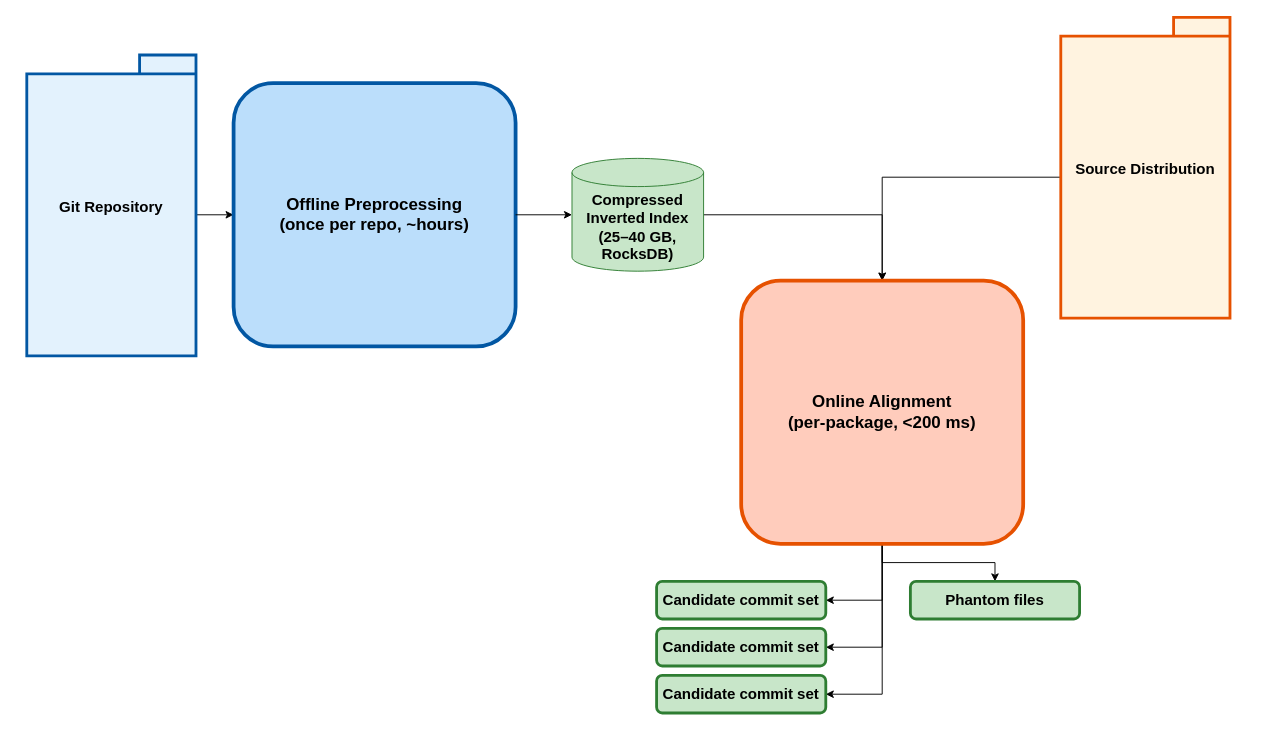
Before: page "Page-1: GVCA Overview" (1 of 2) of gvca-overview.drawio in npc1054657282/diagram, a draw.io diagram. Source tidied: cells renumbered, new cells numbered last; positions are measured from the earlier drawing's top-left corner, leaving out a move shared by most shapes. Both pictures are drawn from the tidied source at 94%, with x=0, y=0 at pixel (26, 17).
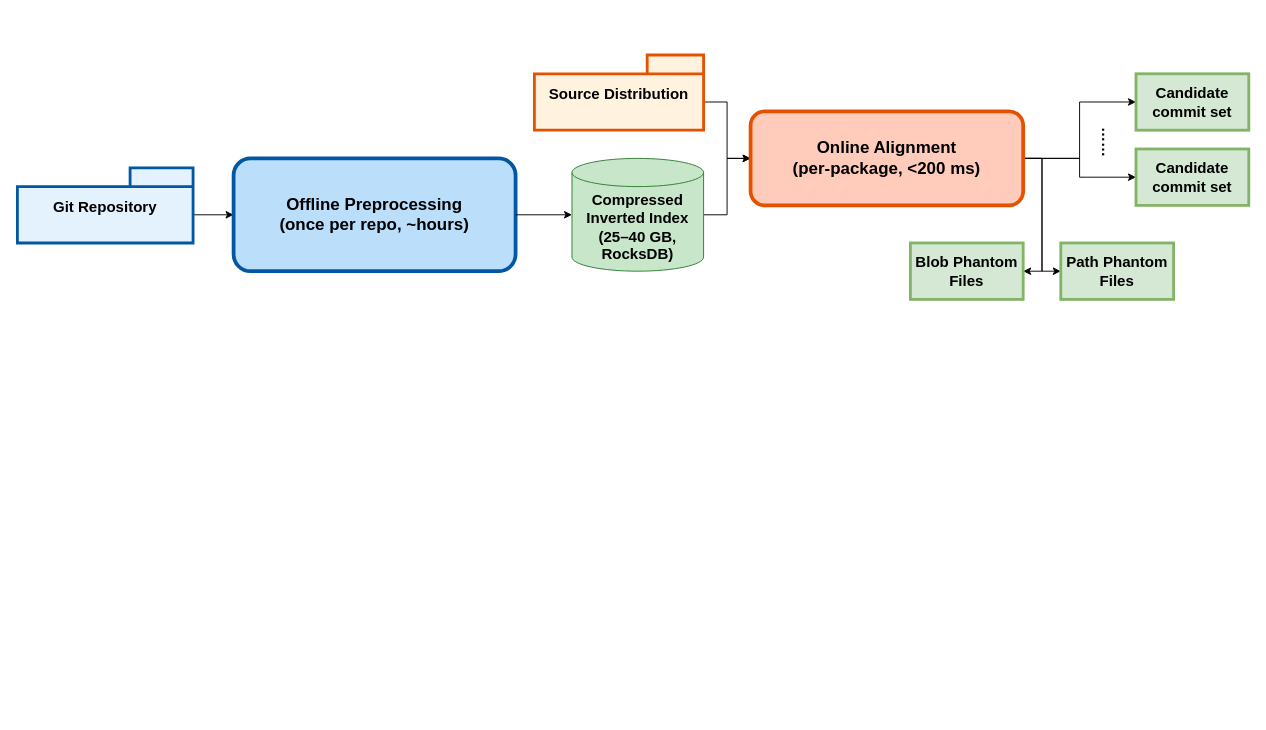
The same page after the edit.

The change refers to these unchanged cells:
```xml
<mxCell id="8" value="Compressed Inverted Index&#10;(25–40 GB, RocksDB)" style="shape=cylinder3;whiteSpace=wrap;html=1;boundedLbl=1;backgroundOutline=1;size=15;strokeColor=#2E7D32;fillColor=#C8E6C9;fontSize=16;fontStyle=1;" parent="1" vertex="1">
  <mxGeometry x="580" y="150" width="140" height="120" as="geometry" />
</mxCell>
```

The edit, as a diff of the source:
```diff
@@
-    <mxCell id="2" style="edgeStyle=orthogonalEdgeStyle;rounded=0;jettySize=auto;html=1;exitX=0;exitY=0;exitDx=180;exitDy=170;exitPerimeter=0;entryX=0;entryY=0.5;entryDx=0;entryDy=0;" parent="1" edge="1" source="3" target="6">
+    <mxCell id="2" style="edgeStyle=orthogonalEdgeStyle;rounded=0;jettySize=auto;html=1;exitX=0;exitY=0;exitDx=186.88000000000002;exitDy=50;exitPerimeter=0;entryX=0;entryY=0.5;entryDx=0;entryDy=0;" parent="1" edge="1" source="3" target="6">
       <mxGeometry relative="1" as="geometry" />
     </mxCell>
-    <mxCell id="3" value="Git Repository" style="shape=folder;strokeColor=#0257A3;fillColor=#E3F2FD;strokeWidth=3;fontSize=16;fontStyle=1;" parent="1" vertex="1">
-      <mxGeometry y="40" width="180" height="320" as="geometry" />
+    <mxCell id="3" value="Git Repository" style="shape=folder;strokeColor=#0257A3;fillColor=#E3F2FD;strokeWidth=3;fontSize=16;fontStyle=1;tabWidth=67;tabHeight=20;" parent="1" vertex="1">
+      <mxGeometry x="-10" y="160" width="186.9" height="80" as="geometry" />
     </mxCell>
-    <mxCell id="4" style="edgeStyle=orthogonalEdgeStyle;rounded=0;jettySize=auto;html=1;exitX=0;exitY=0;exitDx=0;exitDy=170;exitPerimeter=0;" parent="1" edge="1" source="5">
-      <mxGeometry relative="1" as="geometry">
-        <mxPoint x="910" y="280" as="targetPoint" />
-        <Array as="points">
-          <mxPoint x="910" y="170" />
-        </Array>
-      </mxGeometry>
-    </mxCell>
+    <mxCell id="22" style="edgeStyle=orthogonalEdgeStyle;rounded=0;jettySize=auto;html=1;exitX=0;exitY=0;exitDx=180;exitDy=50;exitPerimeter=0;entryX=0;entryY=0.5;entryDx=0;entryDy=0;" parent="1" edge="1" source="5" target="13">
+      <mxGeometry relative="1" as="geometry" />
+    </mxCell>
     <mxCell id="5" value="Source Distribution" style="shape=folder;strokeColor=#E65100;fillColor=#FFF3E0;strokeWidth=3;fontSize=16;fontStyle=1;" parent="1" vertex="1">
-      <mxGeometry x="1100" width="180" height="320" as="geometry" />
+      <mxGeometry x="540" y="40" width="180" height="80" as="geometry" />
     </mxCell>
     <mxCell id="6" value="Offline Preprocessing&#10;(once per repo, ~hours)" style="rounded=1;whiteSpace=wrap;html=1;strokeColor=#0257A3;fillColor=#BBDEFB;strokeWidth=4;fontSize=18;fontStyle=1;" parent="1" vertex="1">
-      <mxGeometry x="220" y="70" width="300" height="280" as="geometry" />
+      <mxGeometry x="220" y="150" width="300" height="120" as="geometry" />
     </mxCell>
-    <mxCell id="7" style="edgeStyle=orthogonalEdgeStyle;rounded=0;jettySize=auto;html=1;exitX=1;exitY=0.5;exitDx=0;exitDy=0;exitPerimeter=0;entryX=0.5;entryY=0;entryDx=0;entryDy=0;" parent="1" edge="1" source="8" target="13">
+    <mxCell id="7" style="edgeStyle=orthogonalEdgeStyle;rounded=0;jettySize=auto;html=1;exitX=1;exitY=0.5;exitDx=0;exitDy=0;exitPerimeter=0;entryX=0;entryY=0.5;entryDx=0;entryDy=0;" parent="1" edge="1" source="8" target="13">
       <mxGeometry relative="1" as="geometry" />
     </mxCell>
@@
-    <mxCell id="9" style="edgeStyle=orthogonalEdgeStyle;rounded=0;jettySize=auto;html=1;exitX=0.5;exitY=1;exitDx=0;exitDy=0;entryX=1;entryY=0.5;entryDx=0;entryDy=0;" parent="1" edge="1" source="13" target="19">
-      <mxGeometry relative="1" as="geometry" />
-    </mxCell>
-    <mxCell id="10" style="edgeStyle=orthogonalEdgeStyle;rounded=0;jettySize=auto;html=1;exitX=0.5;exitY=1;exitDx=0;exitDy=0;entryX=1;entryY=0.5;entryDx=0;entryDy=0;" parent="1" edge="1" source="13" target="17">
-      <mxGeometry relative="1" as="geometry" />
-    </mxCell>
-    <mxCell id="11" style="edgeStyle=orthogonalEdgeStyle;rounded=0;jettySize=auto;html=1;exitX=0.5;exitY=1;exitDx=0;exitDy=0;entryX=1;entryY=0.5;entryDx=0;entryDy=0;" parent="1" edge="1" source="13" target="20">
-      <mxGeometry relative="1" as="geometry" />
-    </mxCell>
-    <mxCell id="12" style="edgeStyle=orthogonalEdgeStyle;rounded=0;jettySize=auto;html=1;exitX=0.5;exitY=1;exitDx=0;exitDy=0;entryX=0.5;entryY=0;entryDx=0;entryDy=0;" parent="1" edge="1" source="13" target="21">
-      <mxGeometry relative="1" as="geometry" />
-    </mxCell>
+    <mxCell id="23" style="edgeStyle=orthogonalEdgeStyle;rounded=0;jettySize=auto;html=1;exitX=1;exitY=0.5;exitDx=0;exitDy=0;entryX=0;entryY=0.5;entryDx=0;entryDy=0;" parent="1" edge="1" source="13" target="27">
+      <mxGeometry relative="1" as="geometry" />
+    </mxCell>
+    <mxCell id="24" style="edgeStyle=orthogonalEdgeStyle;rounded=0;jettySize=auto;html=1;exitX=1;exitY=0.5;exitDx=0;exitDy=0;entryX=0;entryY=0.5;entryDx=0;entryDy=0;" parent="1" edge="1" source="13" target="28">
+      <mxGeometry relative="1" as="geometry" />
+    </mxCell>
+    <mxCell id="25" style="edgeStyle=orthogonalEdgeStyle;rounded=0;jettySize=auto;html=1;exitX=1;exitY=0.5;exitDx=0;exitDy=0;entryX=0;entryY=0.5;entryDx=0;entryDy=0;" parent="1" edge="1" source="13" target="29">
+      <mxGeometry relative="1" as="geometry" />
+    </mxCell>
+    <mxCell id="26" style="edgeStyle=orthogonalEdgeStyle;rounded=0;jettySize=auto;html=1;exitX=1;exitY=0.5;exitDx=0;exitDy=0;entryX=1;entryY=0.5;entryDx=0;entryDy=0;" parent="1" edge="1" source="13" target="30">
+      <mxGeometry relative="1" as="geometry" />
+    </mxCell>
     <mxCell id="13" value="Online Alignment&#10;(per-package, &lt;200 ms)" style="rounded=1;whiteSpace=wrap;html=1;strokeColor=#E65100;fillColor=#FFCCBC;strokeWidth=4;fontSize=18;fontStyle=1;" parent="1" vertex="1">
-      <mxGeometry x="760" y="280" width="300" height="280" as="geometry" />
+      <mxGeometry x="770" y="100" width="290" height="100" as="geometry" />
     </mxCell>
@@
-    <mxCell id="17" value="Candidate commit set" style="rounded=1;whiteSpace=wrap;html=1;strokeColor=#2E7D32;fillColor=#C8E6C9;strokeWidth=3;fontSize=16;fontStyle=1;" parent="1" vertex="1">
-      <mxGeometry x="670" y="600" width="180" height="40" as="geometry" />
-    </mxCell>
@@
-    <mxCell id="19" value="Candidate commit set" style="rounded=1;whiteSpace=wrap;html=1;strokeColor=#2E7D32;fillColor=#C8E6C9;strokeWidth=3;fontSize=16;fontStyle=1;" parent="1" vertex="1">
-      <mxGeometry x="670" y="650" width="180" height="40" as="geometry" />
-    </mxCell>
-    <mxCell id="20" value="Candidate commit set" style="rounded=1;whiteSpace=wrap;html=1;strokeColor=#2E7D32;fillColor=#C8E6C9;strokeWidth=3;fontSize=16;fontStyle=1;" parent="1" vertex="1">
-      <mxGeometry x="670" y="700" width="180" height="40" as="geometry" />
-    </mxCell>
-    <mxCell id="21" value="Phantom files" style="rounded=1;whiteSpace=wrap;html=1;strokeColor=#2E7D32;fillColor=#C8E6C9;strokeWidth=3;fontSize=16;fontStyle=1;" parent="1" vertex="1">
-      <mxGeometry x="940" y="600" width="180" height="40" as="geometry" />
-    </mxCell>
+    <mxCell id="27" value="&lt;span style=&quot;font-size: 16px; font-weight: 700;&quot;&gt;Candidate commit set&lt;/span&gt;" style="rounded=0;whiteSpace=wrap;html=1;fillColor=#d5e8d4;strokeColor=#82B366;strokeWidth=3;" parent="1" vertex="1">
+      <mxGeometry x="1180" y="60" width="120" height="60" as="geometry" />
+    </mxCell>
+    <mxCell id="28" value="&lt;span style=&quot;font-size: 16px; font-weight: 700;&quot;&gt;Candidate commit set&lt;/span&gt;" style="rounded=0;whiteSpace=wrap;html=1;fillColor=#d5e8d4;strokeColor=#82B366;strokeWidth=3;" parent="1" vertex="1">
+      <mxGeometry x="1180" y="140" width="120" height="60" as="geometry" />
+    </mxCell>
+    <mxCell id="29" value="&lt;span style=&quot;font-size: 16px;&quot;&gt;&lt;b&gt;Path Phantom Files&lt;/b&gt;&lt;/span&gt;" style="rounded=0;whiteSpace=wrap;html=1;fillColor=#d5e8d4;strokeColor=#82B366;strokeWidth=3;" parent="1" vertex="1">
+      <mxGeometry x="1100" y="240" width="120" height="60" as="geometry" />
+    </mxCell>
+    <mxCell id="30" value="&lt;b style=&quot;font-size: 16px;&quot;&gt;Blob Phantom Files&lt;/b&gt;" style="rounded=0;whiteSpace=wrap;html=1;fillColor=#d5e8d4;strokeColor=#82B366;strokeWidth=3;" parent="1" vertex="1">
+      <mxGeometry x="940" y="240" width="120" height="60" as="geometry" />
+    </mxCell>
+    <mxCell id="31" value="&lt;font style=&quot;font-size: 16px;&quot;&gt;……&lt;/font&gt;" style="text;html=1;whiteSpace=wrap;strokeColor=none;fillColor=none;align=center;verticalAlign=middle;rounded=0;rotation=90;fontStyle=1;" parent="1" vertex="1">
+      <mxGeometry x="1120" y="118" width="60" height="30" as="geometry" />
+    </mxCell>
```
